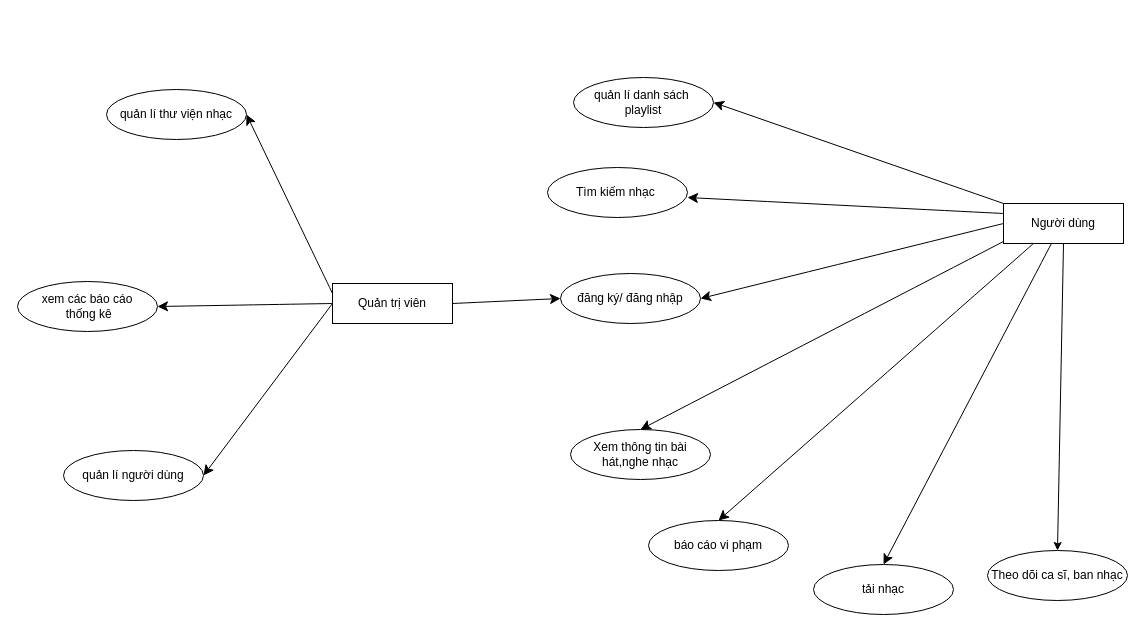
Before: Documentation/Diagram Files/UseCase/UseCaseTongQuat.drawio in myssal/Project1, a draw.io diagram. Source tidied: cells renumbered, new cells numbered last; positions are measured from the earlier drawing's top-left corner, leaving out a move shared by most shapes. Both pictures are drawn from the tidied source at 100%, with x=0, y=0 at pixel (17, 77).
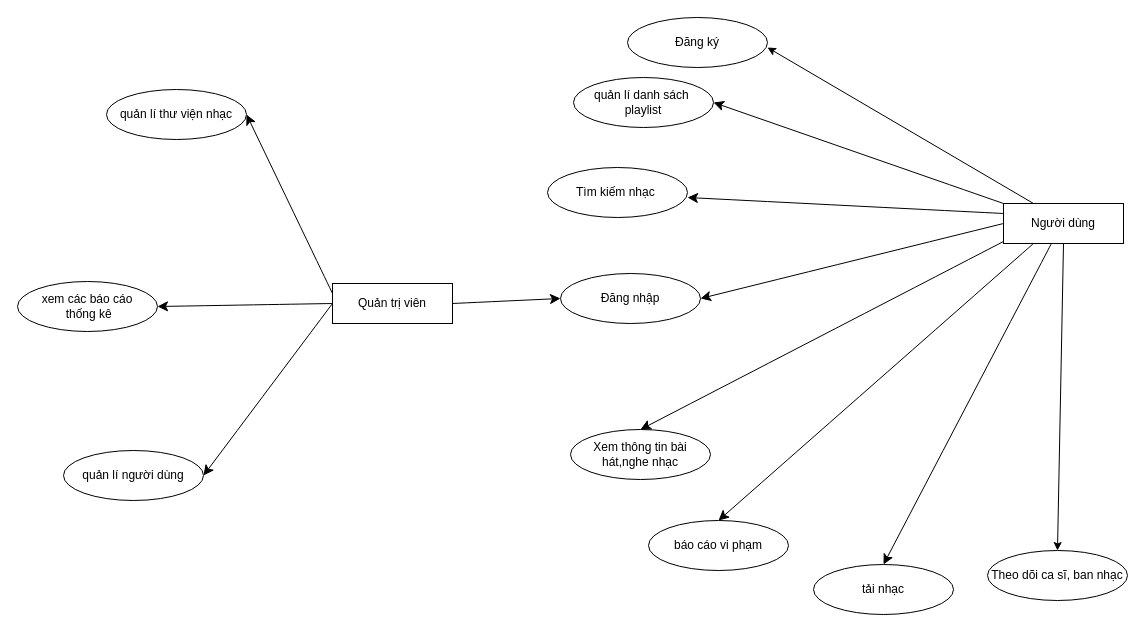
The same page after the edit.

Unchanged cells that the change refers to:
```xml
<mxCell id="10" value="Người dùng" style="rounded=0;whiteSpace=wrap;html=1;" parent="1" vertex="1">
  <mxGeometry x="986" y="126" width="120" height="40" as="geometry" />
</mxCell>
```

What changed in the source:
```diff
@@
+    <mxCell id="25" style="rounded=0;jettySize=auto;html=1;exitX=0.25;exitY=0;exitDx=0;exitDy=0;" parent="1" edge="1" source="10">
+      <mxGeometry relative="1" as="geometry">
+        <mxPoint x="750" y="-30" as="targetPoint" />
+      </mxGeometry>
+    </mxCell>
@@
-    <mxCell id="22" value="đăng ký/ đăng nhập" style="ellipse;whiteSpace=wrap;html=1;" parent="1" vertex="1">
+    <mxCell id="22" value="Đăng nhập" style="ellipse;whiteSpace=wrap;html=1;" parent="1" vertex="1">
       <mxGeometry x="543" y="196" width="140" height="50" as="geometry" />
     </mxCell>
@@
+    <mxCell id="26" value="Đăng ký" style="ellipse;whiteSpace=wrap;html=1;" parent="1" vertex="1">
+      <mxGeometry x="610" y="-60" width="140" height="50" as="geometry" />
+    </mxCell>
```
